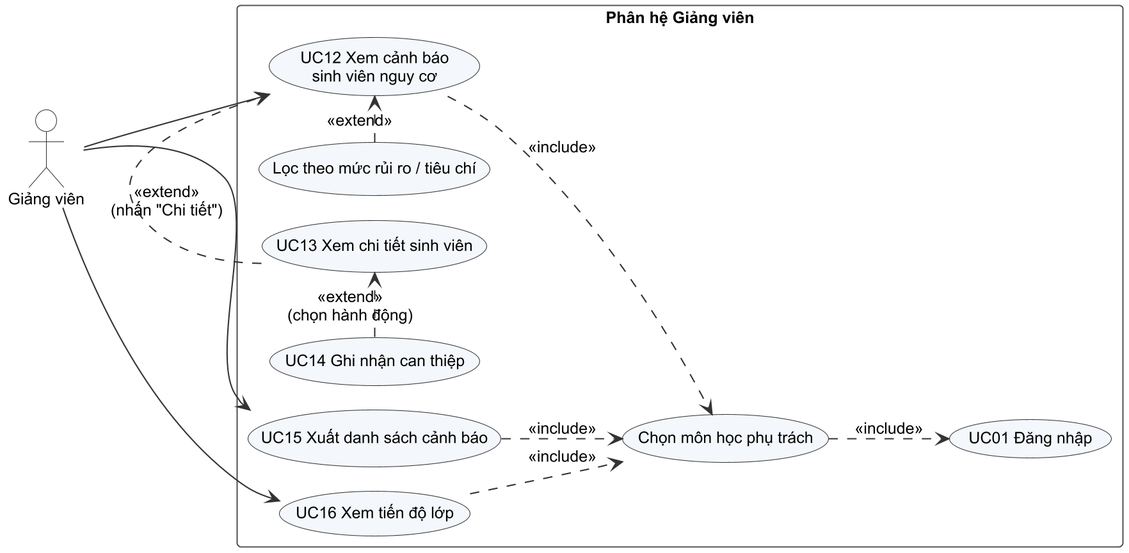
Earlier version of the PlantUML export docs/diagrams/png/uc_giang_vien.png (ThangThieng/Do_an_chuyen_nganh). The source it was exported from:
```plantuml
@startuml uc_giang_vien
!include _style.iuml
left to right direction
actor "Giảng viên" as GV
rectangle "Phân hệ Giảng viên" {
  usecase "Chọn môn học phụ trách" as CM
  usecase "UC12 Xem cảnh báo\nsinh viên nguy cơ" as UC12
  usecase "Lọc theo mức rủi ro / tiêu chí" as UC12a
  usecase "UC13 Xem chi tiết sinh viên" as UC13
  usecase "UC14 Ghi nhận can thiệp" as UC14
  usecase "UC15 Xuất danh sách cảnh báo" as UC15
  usecase "UC16 Xem tiến độ lớp" as UC16
  usecase "UC01 Đăng nhập" as UC01
}
GV --> UC12
GV --> UC16
GV --> UC15
UC12 ..> CM : <<include>>
UC16 ..> CM : <<include>>
UC15 ..> CM : <<include>>
UC12a .> UC12 : <<extend>>
UC13 .> UC12 : <<extend>>\n(nhấn "Chi tiết")
UC14 .> UC13 : <<extend>>\n(chọn hành động)
CM ..> UC01 : <<include>>
@enduml
```
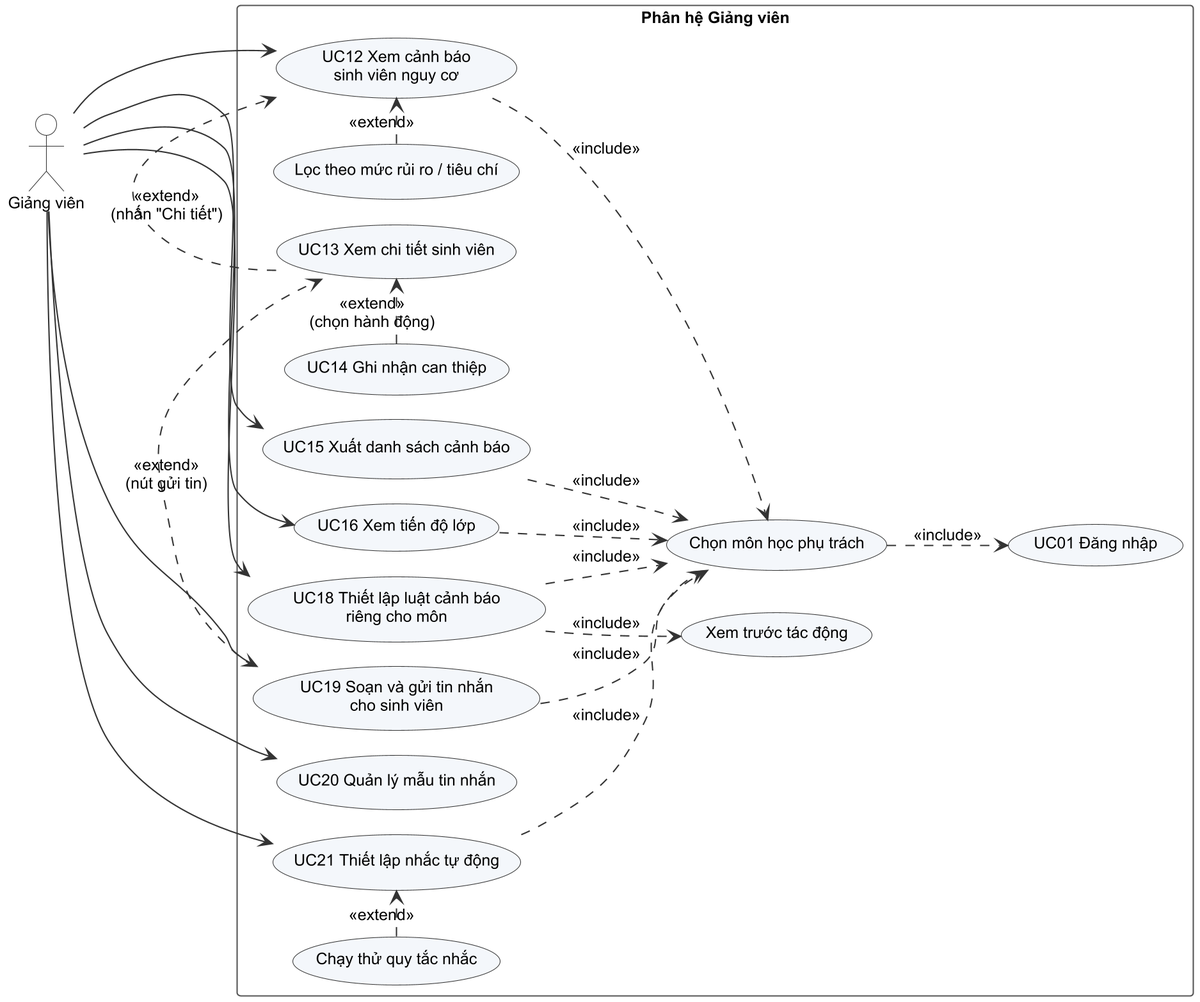
The same file after the commit.

The edit, as a diff of the source:
```diff
@@ -10,15 +10,31 @@
   usecase "UC14 Ghi nhận can thiệp" as UC14
   usecase "UC15 Xuất danh sách cảnh báo" as UC15
   usecase "UC16 Xem tiến độ lớp" as UC16
+  usecase "UC18 Thiết lập luật cảnh báo\nriêng cho môn" as UC18
+  usecase "Xem trước tác động" as UC18a
+  usecase "UC19 Soạn và gửi tin nhắn\ncho sinh viên" as UC19
+  usecase "UC20 Quản lý mẫu tin nhắn" as UC20
+  usecase "UC21 Thiết lập nhắc tự động" as UC21
+  usecase "Chạy thử quy tắc nhắc" as UC21a
   usecase "UC01 Đăng nhập" as UC01
 }
 GV --> UC12
 GV --> UC16
 GV --> UC15
+GV --> UC18
+GV --> UC19
+GV --> UC20
+GV --> UC21
 UC12 ..> CM : <<include>>
 UC16 ..> CM : <<include>>
 UC15 ..> CM : <<include>>
+UC18 ..> CM : <<include>>
+UC19 ..> CM : <<include>>
+UC21 ..> CM : <<include>>
 UC12a .> UC12 : <<extend>>
+UC18 ..> UC18a : <<include>>
+UC21a .> UC21 : <<extend>>
+UC19 .> UC13 : <<extend>>\n(nút gửi tin)
 UC13 .> UC12 : <<extend>>\n(nhấn "Chi tiết")
 UC14 .> UC13 : <<extend>>\n(chọn hành động)
 CM ..> UC01 : <<include>>
```
